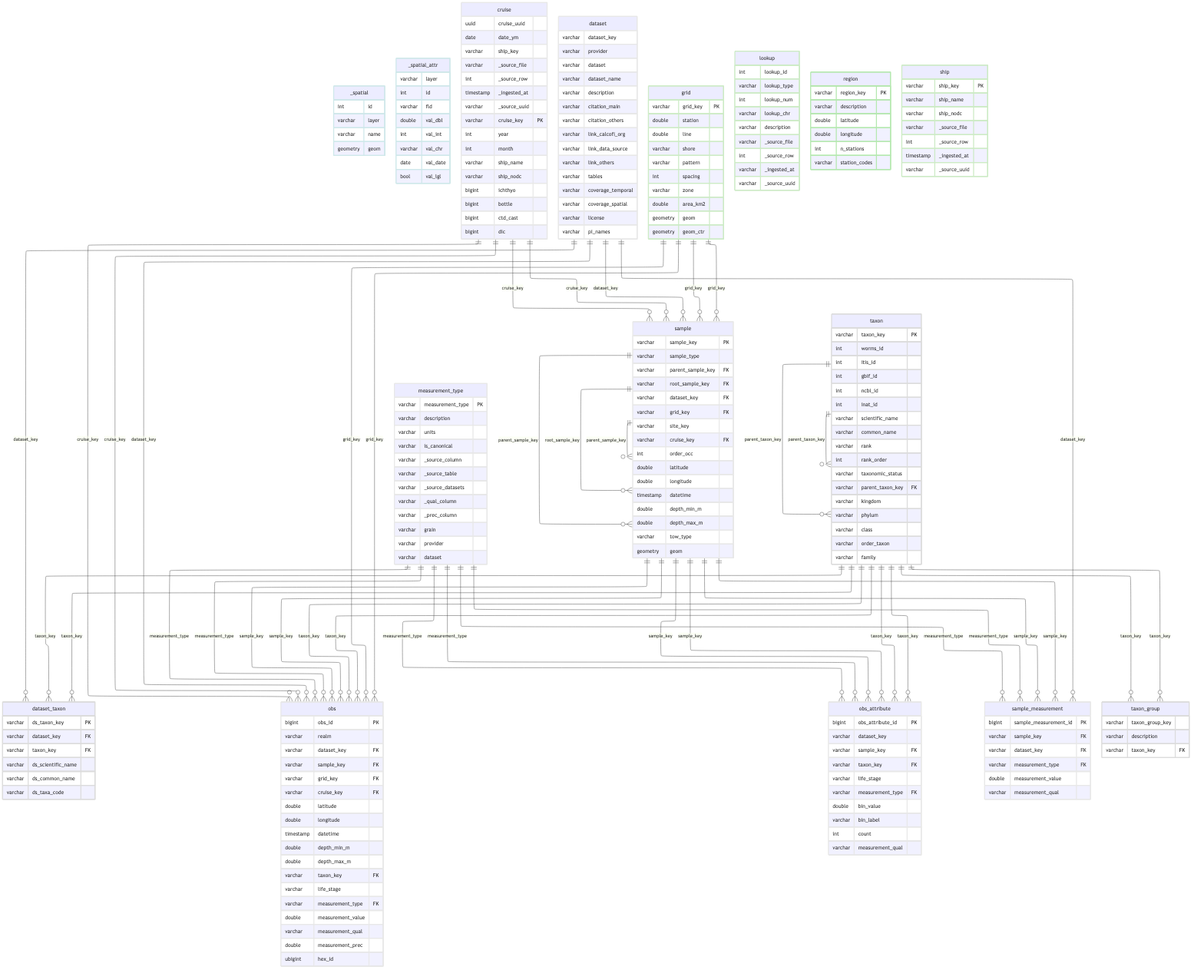
CalCOFI/workflows keeps this Mermaid diagram as _output/release_database_files/figure-html/combined_schema-1.png. Above is the earlier version. Its source is kept beside it as _output/release_database_files/figure-html/combined_schema-1.mmd.
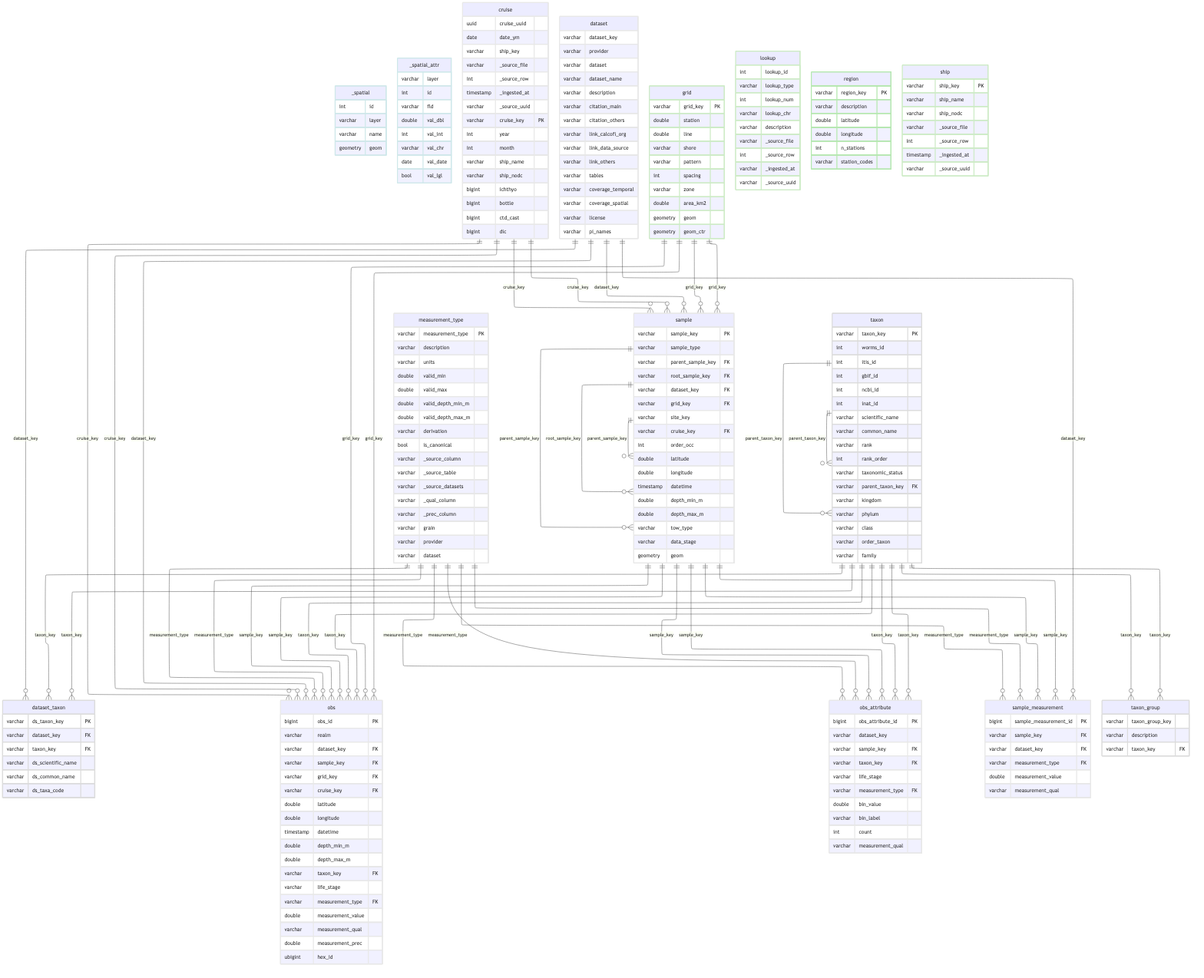
Later version of the same file.

What changed in the source:
```diff
@@ -89,7 +89,12 @@
         varchar measurement_type PK
         varchar description
         varchar units
-        varchar is_canonical
+        double valid_min
+        double valid_max
+        double valid_depth_min_m
+        double valid_depth_max_m
+        varchar derivation
+        bool is_canonical
         varchar _source_column
         varchar _source_table
         varchar _source_datasets
@@ -155,6 +160,7 @@
         double depth_min_m
         double depth_max_m
         varchar tow_type
+        varchar data_stage
         geometry geom
     }
     sample_measurement {
@@ -201,16 +207,16 @@
     sample ||--o{ sample : "parent_sample_key"
     sample ||--o{ sample : "root_sample_key"
     sample ||--o{ obs : "sample_key"
+    measurement_type ||--o{ obs : "measurement_type"
+    sample ||--o{ sample_measurement : "sample_key"
+    measurement_type ||--o{ sample_measurement : "measurement_type"
     taxon ||--o{ obs : "taxon_key"
     sample ||--o{ obs_attribute : "sample_key"
     taxon ||--o{ obs_attribute : "taxon_key"
+    measurement_type ||--o{ obs_attribute : "measurement_type"
     taxon ||--o{ dataset_taxon : "taxon_key"
+    taxon ||--o{ taxon : "parent_taxon_key"
     taxon ||--o{ taxon_group : "taxon_key"
-    taxon ||--o{ taxon : "parent_taxon_key"
-    measurement_type ||--o{ obs : "measurement_type"
-    sample ||--o{ sample_measurement : "sample_key"
-    measurement_type ||--o{ sample_measurement : "measurement_type"
-    measurement_type ||--o{ obs_attribute : "measurement_type"
     grid ||--o{ sample : "grid_key"
     cruise ||--o{ sample : "cruise_key"
     grid ||--o{ obs : "grid_key"
@@ -236,10 +242,9 @@
     taxon ||--o{ taxon_group : "taxon_key"
     taxon ||--o{ taxon : "parent_taxon_key"
     classDef _e8e8e8 stroke:#e8e8e8,stroke-width:3px
-    class sample,obs,obs_attribute,sample_measurement,measurement_type,cruise,dataset _e8e8e8
+    class sample,obs,sample_measurement,measurement_type,obs_attribute,cruise,dataset _e8e8e8
     classDef _dcdcdc stroke:#dcdcdc,stroke-width:3px
     class taxon,dataset_taxon,taxon_group _dcdcdc
-    classDef _cce5ff stroke:#cce5ff,stroke-width:3px
     classDef _b5e8b0 stroke:#b5e8b0,stroke-width:3px
     class region _b5e8b0
     classDef _cdebc6 stroke:#cdebc6,stroke-width:3px
```
